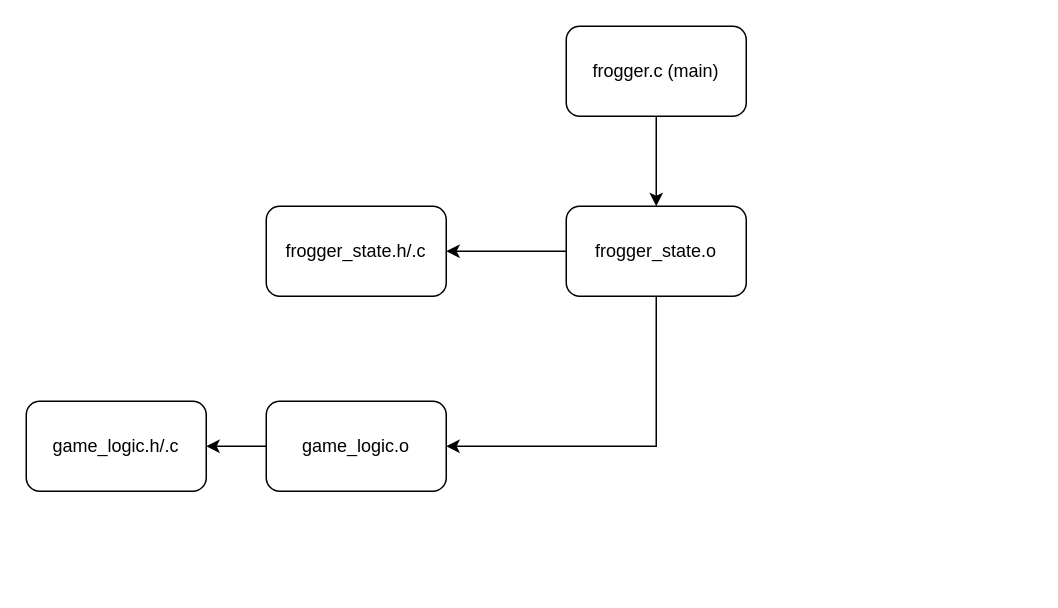
mginhson/TPF keeps this draw.io diagram as FROGGER.drawio. Above is the earlier version. Source tidied: cells renumbered, new cells numbered last; positions are measured from the earlier drawing's top-left corner, leaving out a move shared by most shapes. Both pictures are drawn from the tidied source at 150%, with x=0, y=0 at pixel (26, 26).
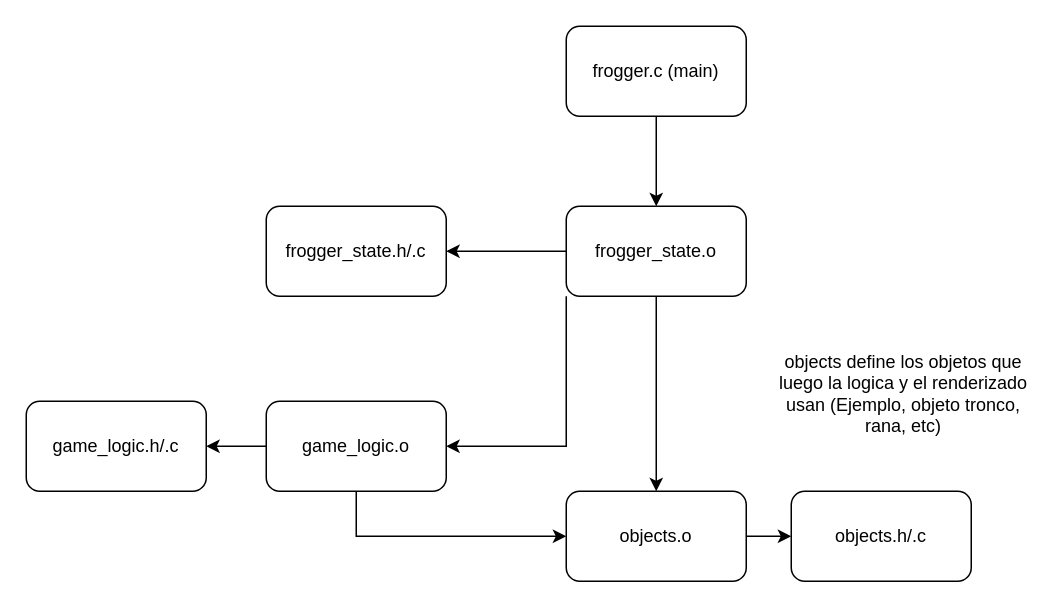
Above is the later version.

Change to the diagram source:
```diff
@@
 <mxGraphModel>
   <root>
     <mxCell id="0" />
     <mxCell id="1" parent="0" />
     <mxCell id="2" style="edgeStyle=orthogonalEdgeStyle;rounded=0;jettySize=auto;html=1;exitX=0.5;exitY=1;exitDx=0;exitDy=0;entryX=0.5;entryY=0;entryDx=0;entryDy=0;" parent="1" edge="1" source="3" target="9">
       <mxGeometry relative="1" as="geometry" />
     </mxCell>
     <mxCell id="3" value="frogger.c (main)" style="rounded=1;whiteSpace=wrap;html=1;" parent="1" vertex="1">
       <mxGeometry x="360" width="120" height="60" as="geometry" />
     </mxCell>
     <mxCell id="4" style="edgeStyle=orthogonalEdgeStyle;rounded=0;jettySize=auto;html=1;exitX=0;exitY=0.5;exitDx=0;exitDy=0;entryX=1;entryY=0.5;entryDx=0;entryDy=0;" parent="1" edge="1" source="5" target="6">
       <mxGeometry relative="1" as="geometry" />
     </mxCell>
+    <mxCell id="11" style="edgeStyle=orthogonalEdgeStyle;rounded=0;jettySize=auto;html=1;exitX=0.5;exitY=1;exitDx=0;exitDy=0;entryX=0;entryY=0.5;entryDx=0;entryDy=0;" parent="1" edge="1" source="5" target="14">
+      <mxGeometry relative="1" as="geometry" />
+    </mxCell>
     <mxCell id="5" value="&lt;div&gt;game_logic.o&lt;/div&gt;" style="rounded=1;whiteSpace=wrap;html=1;" parent="1" vertex="1">
       <mxGeometry x="160" y="250" width="120" height="60" as="geometry" />
     </mxCell>
     <mxCell id="6" value="game_logic.h/.c" style="rounded=1;whiteSpace=wrap;html=1;" parent="1" vertex="1">
       <mxGeometry y="250" width="120" height="60" as="geometry" />
     </mxCell>
-    <mxCell id="7" style="edgeStyle=orthogonalEdgeStyle;rounded=0;jettySize=auto;html=1;exitX=0.5;exitY=1;exitDx=0;exitDy=0;entryX=1;entryY=0.5;entryDx=0;entryDy=0;" parent="1" edge="1" source="9" target="5">
+    <mxCell id="7" style="edgeStyle=orthogonalEdgeStyle;rounded=0;jettySize=auto;html=1;exitX=0;exitY=1;exitDx=0;exitDy=0;entryX=1;entryY=0.5;entryDx=0;entryDy=0;" parent="1" edge="1" source="9" target="5">
       <mxGeometry relative="1" as="geometry" />
     </mxCell>
     <mxCell id="8" style="edgeStyle=orthogonalEdgeStyle;rounded=0;jettySize=auto;html=1;exitX=0;exitY=0.5;exitDx=0;exitDy=0;entryX=1;entryY=0.5;entryDx=0;entryDy=0;" parent="1" edge="1" source="9" target="10">
       <mxGeometry relative="1" as="geometry" />
     </mxCell>
+    <mxCell id="12" style="edgeStyle=orthogonalEdgeStyle;rounded=0;jettySize=auto;html=1;exitX=0.5;exitY=1;exitDx=0;exitDy=0;entryX=0.5;entryY=0;entryDx=0;entryDy=0;" parent="1" edge="1" source="9" target="14">
+      <mxGeometry relative="1" as="geometry" />
+    </mxCell>
     <mxCell id="9" value="frogger_state.o" style="rounded=1;whiteSpace=wrap;html=1;" parent="1" vertex="1">
       <mxGeometry x="360" y="120" width="120" height="60" as="geometry" />
     </mxCell>
     <mxCell id="10" value="frogger_state.h/.c" style="rounded=1;whiteSpace=wrap;html=1;" parent="1" vertex="1">
       <mxGeometry x="160" y="120" width="120" height="60" as="geometry" />
     </mxCell>
+    <mxCell id="13" style="edgeStyle=orthogonalEdgeStyle;rounded=0;jettySize=auto;html=1;exitX=1;exitY=0.5;exitDx=0;exitDy=0;entryX=0;entryY=0.5;entryDx=0;entryDy=0;" parent="1" edge="1" source="14" target="15">
+      <mxGeometry relative="1" as="geometry" />
+    </mxCell>
+    <mxCell id="14" value="objects.o" style="rounded=1;whiteSpace=wrap;html=1;" parent="1" vertex="1">
+      <mxGeometry x="360" y="310" width="120" height="60" as="geometry" />
+    </mxCell>
+    <mxCell id="15" value="objects.h/.c" style="rounded=1;whiteSpace=wrap;html=1;" parent="1" vertex="1">
+      <mxGeometry x="510" y="310" width="120" height="60" as="geometry" />
+    </mxCell>
+    <mxCell id="16" value="objects define los objetos que luego la logica y el renderizado usan (Ejemplo, objeto tronco, rana, etc)" style="text;html=1;align=center;verticalAlign=middle;whiteSpace=wrap;rounded=0;" parent="1" vertex="1">
+      <mxGeometry x="500" y="230" width="170" height="30" as="geometry" />
+    </mxCell>
   </root>
 </mxGraphModel>
```
